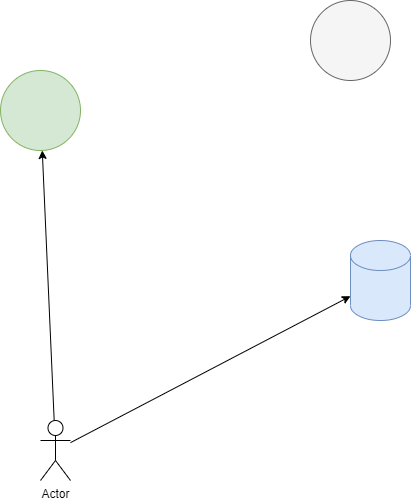
Above: test.png in wojga-orsted/drawio-test (draw.io), before the change. Source tidied: cells renumbered, new cells last; positions are measured from the earlier drawing's top-left corner, leaving out a move shared by most shapes.
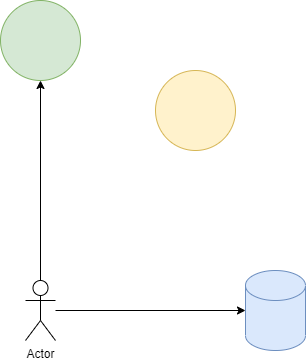
The same diagram one commit later.

The edit, as a diff of the source:
```diff
@@ -3,10 +3,10 @@
     <mxCell id="0" />
     <mxCell id="1" parent="0" />
     <mxCell id="2" style="ellipse;whiteSpace=wrap;html=1;fillColor=#d5e8d4;strokeColor=#82b366;" parent="1" vertex="1">
-      <mxGeometry y="70" width="80" height="80" as="geometry" />
+      <mxGeometry x="15" y="140" width="80" height="80" as="geometry" />
     </mxCell>
     <mxCell id="3" style="shape=cylinder3;whiteSpace=wrap;html=1;boundedLbl=1;backgroundOutline=1;size=15;fillColor=#dae8fc;strokeColor=#6c8ebf;" parent="1" vertex="1">
-      <mxGeometry x="350" y="240" width="60" height="80" as="geometry" />
+      <mxGeometry x="260" y="410" width="60" height="80" as="geometry" />
     </mxCell>
     <mxCell id="4" style="edgeStyle=none;html=1;" parent="1" edge="1" source="6" target="2">
       <mxGeometry relative="1" as="geometry" />
@@ -17,8 +17,8 @@
     <mxCell id="6" value="Actor" style="shape=umlActor;verticalLabelPosition=bottom;verticalAlign=top;html=1;outlineConnect=0;" parent="1" vertex="1">
       <mxGeometry x="40" y="420" width="30" height="60" as="geometry" />
     </mxCell>
-    <mxCell id="7" style="ellipse;whiteSpace=wrap;html=1;fillColor=#f5f5f5;strokeColor=#666666;fontColor=#333333;" parent="1" vertex="1">
-      <mxGeometry x="310" width="80" height="80" as="geometry" />
+    <mxCell id="7" style="ellipse;whiteSpace=wrap;html=1;fillColor=#fff2cc;strokeColor=#d6b656;" parent="1" vertex="1">
+      <mxGeometry x="170" y="210" width="80" height="80" as="geometry" />
     </mxCell>
   </root>
 </mxGraphModel>
```
